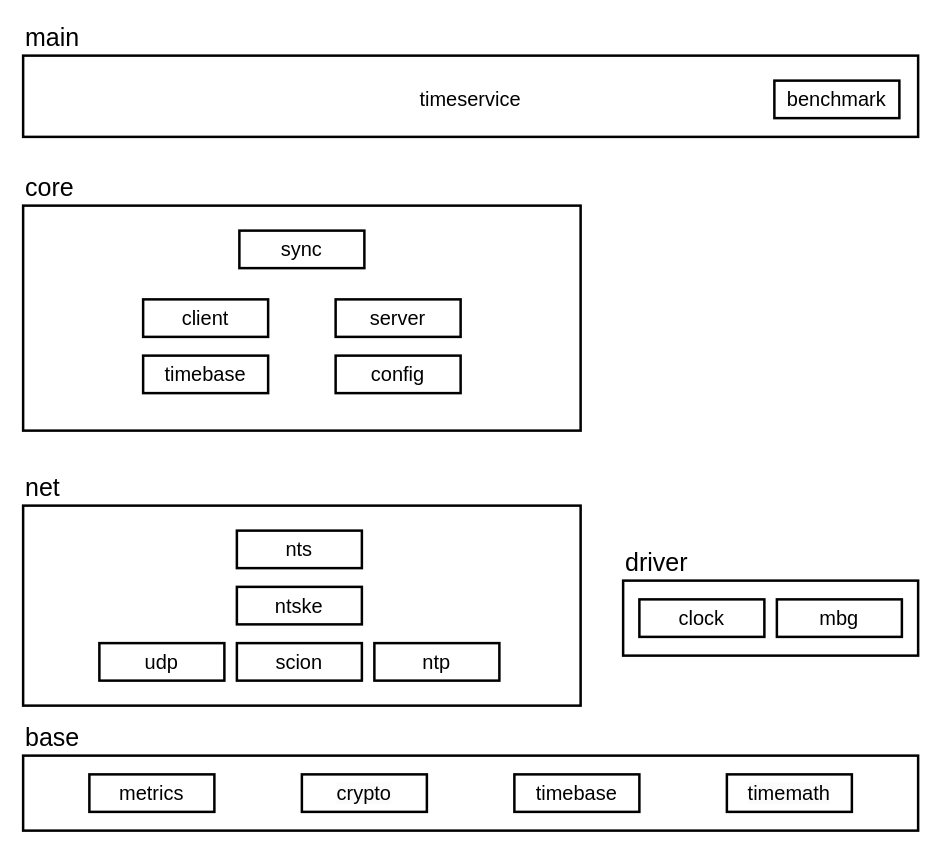
Before: doc/packages.drawio in sapopovic/scion-time, a draw.io diagram. Source tidied: cells renumbered, new cells numbered last; positions are measured from the earlier drawing's top-left corner, leaving out a move shared by most shapes. Both pictures are drawn from the tidied source at 125%, with x=0, y=0 at pixel (22, 55).
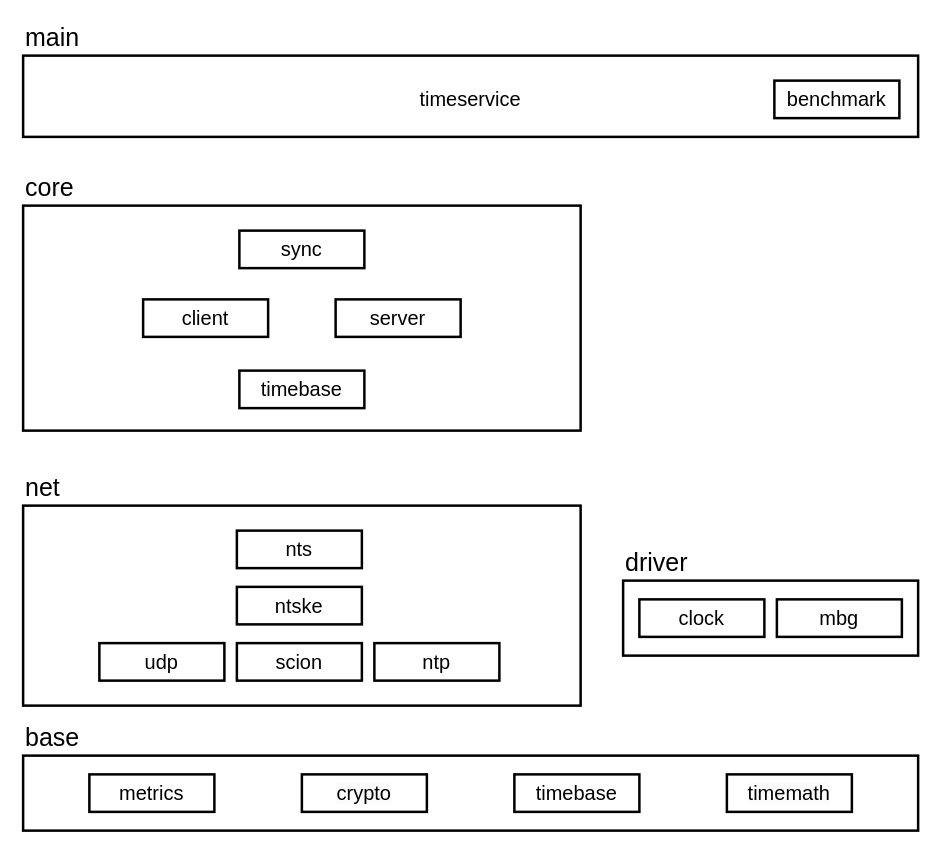
The same page after the edit.

What changed in the source:
```diff
@@
     <mxCell id="6" value="timebase" style="text;html=1;fillColor=none;align=center;verticalAlign=middle;whiteSpace=wrap;rounded=0;strokeWidth=2;fontSize=16;labelBackgroundColor=none;strokeColor=default;" parent="1" vertex="1">
-      <mxGeometry x="96" y="240" width="100" height="30" as="geometry" />
+      <mxGeometry x="173" y="252" width="100" height="30" as="geometry" />
     </mxCell>
@@
-    <mxCell id="24" value="config" style="text;html=1;fillColor=none;align=center;verticalAlign=middle;whiteSpace=wrap;rounded=0;strokeWidth=2;fontSize=16;labelBackgroundColor=none;strokeColor=default;" parent="1" vertex="1">
-      <mxGeometry x="250" y="240" width="100" height="30" as="geometry" />
-    </mxCell>
```
